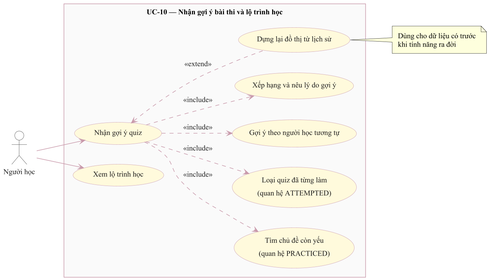
The PlantUML diagram bao-cao-datn/assets/hinh-2.12.png in NguyenDuc2004/QUIZ-TRIVIA, before a commit. The source it was exported from:
```plantuml
@startuml

skinparam dpi 150
skinparam defaultFontName "Times New Roman"
skinparam defaultFontSize 13
skinparam shadowing false
skinparam roundCorner 0
skinparam ArrowColor #C99AAB
skinparam ArrowFontColor #202020
skinparam Padding 4
skinparam ParticipantPadding 18
skinparam BoxPadding 8
skinparam SequenceMessageAlign center
skinparam guillemet false

skinparam usecase {
  BackgroundColor #FFFADC
  BorderColor #C99AAB
  FontColor #1a1a1a
}
skinparam actor {
  BackgroundColor #FFFFFF
  BorderColor #404040
  FontColor #1a1a1a
}
skinparam rectangle {
  BackgroundColor #FAFAFA
  BorderColor #808080
}

skinparam sequence {
  ArrowColor #C99AAB
  ArrowThickness 1
  LifeLineBorderColor #C99AAB
  LifeLineBackgroundColor #FFFFFF
  ParticipantBackgroundColor #FFFADC
  ParticipantBorderColor #C99AAB
  ParticipantFontColor #1a1a1a
  ParticipantFontSize 12
  ActorBackgroundColor #FFFFFF
  ActorBorderColor #404040
  GroupBorderColor #C99AAB
  GroupBackgroundColor #FFF5F8
  BoxBorderColor #C99AAB
}

skinparam class {
  BackgroundColor #FFFADC
  BorderColor #C99AAB
  HeaderBackgroundColor #FFEFC4
  AttributeFontColor #1a1a1a
  FontColor #1a1a1a
  ArrowColor #C99AAB
  AttributeFontSize 12
  FontSize 13
}
skinparam stereotype {
  CBackgroundColor #FFF1A8
  CBorderColor #C99AAB
  EBackgroundColor #FFF1A8
  EBorderColor #C99AAB
  ABackgroundColor #FFF1A8
  ABorderColor #C99AAB
}

left to right direction
actor "Người học" as L
rectangle "UC-10 — Nhận gợi ý bài thi và lộ trình học" {
  usecase "Nhận gợi ý quiz" as U1
  usecase "Tìm chủ đề còn yếu\n(quan hệ PRACTICED)" as U2
  usecase "Loại quiz đã từng làm\n(quan hệ ATTEMPTED)" as U3
  usecase "Gợi ý theo người học tương tự" as U4
  usecase "Xếp hạng và nêu lý do gợi ý" as U5
  usecase "Xem lộ trình học" as U6
  usecase "Dựng lại đồ thị từ lịch sử" as U7
}
L --> U1
L --> U6
U1 ..> U2 : <<include>>
U1 ..> U3 : <<include>>
U1 ..> U4 : <<include>>
U1 ..> U5 : <<include>>
U7 .up.> U1 : <<extend>>
note right of U7
  Dùng cho dữ liệu có trước
  khi tính năng ra đời
end note
@enduml
```
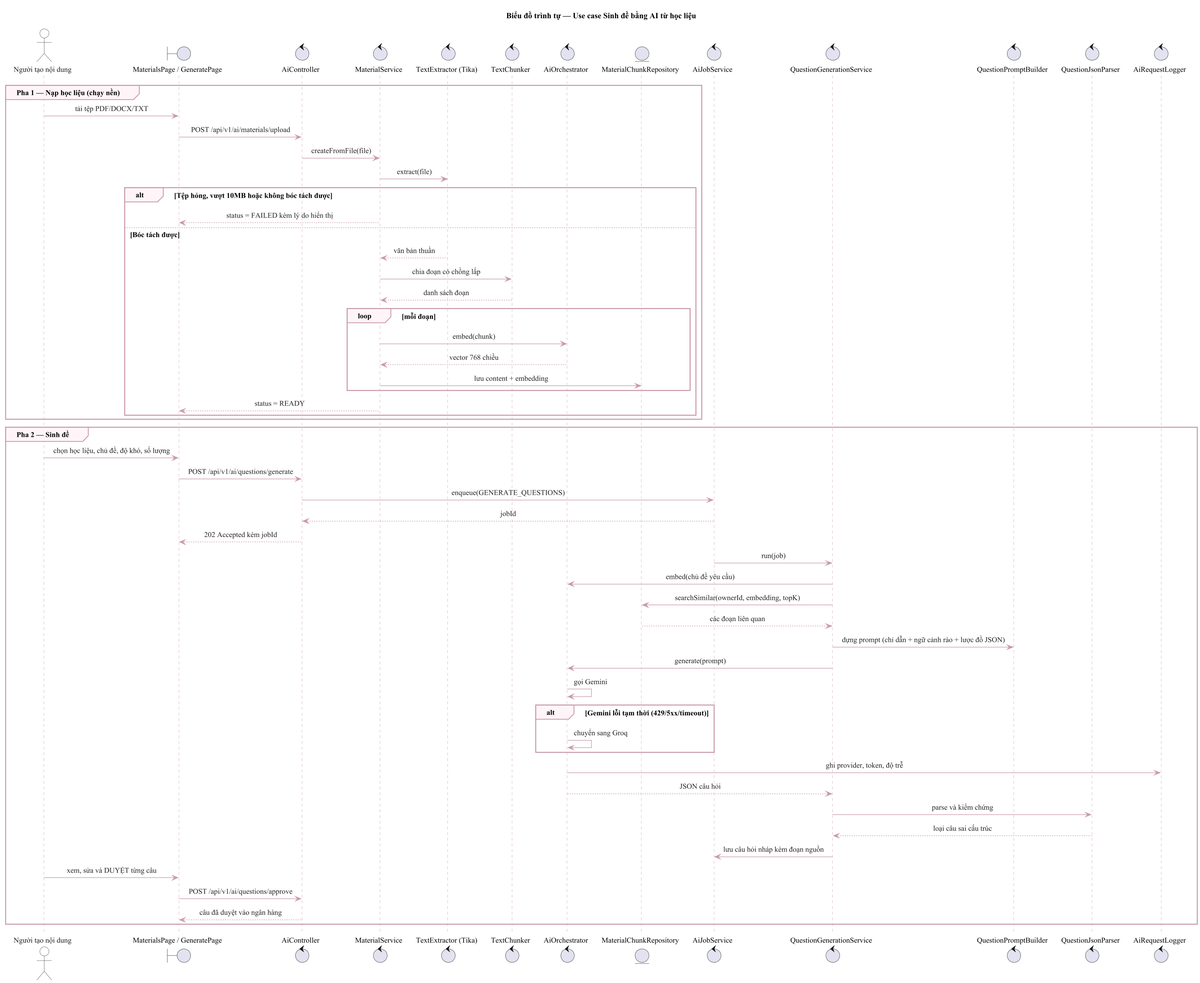
The same diagram one commit later.

Diff of the diagram source:
```diff
@@ -63,26 +63,65 @@
   ABorderColor #C99AAB
 }
 
-left to right direction
-actor "Người học" as L
-rectangle "UC-10 — Nhận gợi ý bài thi và lộ trình học" {
-  usecase "Nhận gợi ý quiz" as U1
-  usecase "Tìm chủ đề còn yếu\n(quan hệ PRACTICED)" as U2
-  usecase "Loại quiz đã từng làm\n(quan hệ ATTEMPTED)" as U3
-  usecase "Gợi ý theo người học tương tự" as U4
-  usecase "Xếp hạng và nêu lý do gợi ý" as U5
-  usecase "Xem lộ trình học" as U6
-  usecase "Dựng lại đồ thị từ lịch sử" as U7
-}
-L --> U1
-L --> U6
-U1 ..> U2 : <<include>>
-U1 ..> U3 : <<include>>
-U1 ..> U4 : <<include>>
-U1 ..> U5 : <<include>>
-U7 .up.> U1 : <<extend>>
-note right of U7
-  Dùng cho dữ liệu có trước
-  khi tính năng ra đời
-end note
+title Biểu đồ trình tự — Use case Sinh đề bằng AI từ học liệu
+
+actor "Người tạo nội dung" as C
+boundary "MaterialsPage / GeneratePage" as B
+control "AiController" as AC
+control "MaterialService" as MS
+control "TextExtractor (Tika)" as TK
+control "TextChunker" as CH
+control "AiOrchestrator" as ORCH
+entity "MaterialChunkRepository" as MCR
+control "AiJobService" as JS
+control "QuestionGenerationService" as QG
+control "QuestionPromptBuilder" as PB
+control "QuestionJsonParser" as JP
+control "AiRequestLogger" as LOG
+
+group Pha 1 — Nạp học liệu (chạy nền)
+  C -> B : tải tệp PDF/DOCX/TXT
+  B -> AC : POST /api/v1/ai/materials/upload
+  AC -> MS : createFromFile(file)
+  MS -> TK : extract(file)
+  alt Tệp hỏng, vượt 10MB hoặc không bóc tách được
+    MS --> B : status = FAILED kèm lý do hiển thị
+  else Bóc tách được
+    TK --> MS : văn bản thuần
+    MS -> CH : chia đoạn có chồng lấp
+    CH --> MS : danh sách đoạn
+    loop mỗi đoạn
+      MS -> ORCH : embed(chunk)
+      ORCH --> MS : vector 768 chiều
+      MS -> MCR : lưu content + embedding
+    end
+    MS --> B : status = READY
+  end
+end
+
+group Pha 2 — Sinh đề
+  C -> B : chọn học liệu, chủ đề, độ khó, số lượng
+  B -> AC : POST /api/v1/ai/questions/generate
+  AC -> JS : enqueue(GENERATE_QUESTIONS)
+  JS --> AC : jobId
+  AC --> B : 202 Accepted kèm jobId
+  JS -> QG : run(job)
+  QG -> ORCH : embed(chủ đề yêu cầu)
+  QG -> MCR : searchSimilar(ownerId, embedding, topK)
+  MCR --> QG : các đoạn liên quan
+  QG -> PB : dựng prompt (chỉ dẫn + ngữ cảnh rào + lược đồ JSON)
+  QG -> ORCH : generate(prompt)
+  ORCH -> ORCH : gọi Gemini
+  alt Gemini lỗi tạm thời (429/5xx/timeout)
+    ORCH -> ORCH : chuyển sang Groq
+  end
+  ORCH -> LOG : ghi provider, token, độ trễ
+  ORCH --> QG : JSON câu hỏi
+  QG -> JP : parse và kiểm chứng
+  JP --> QG : loại câu sai cấu trúc
+  QG -> JS : lưu câu hỏi nháp kèm đoạn nguồn
+  C -> B : xem, sửa và DUYỆT từng câu
+  B -> AC : POST /api/v1/ai/questions/approve
+  AC --> B : câu đã duyệt vào ngân hàng
+end
 @enduml
```
